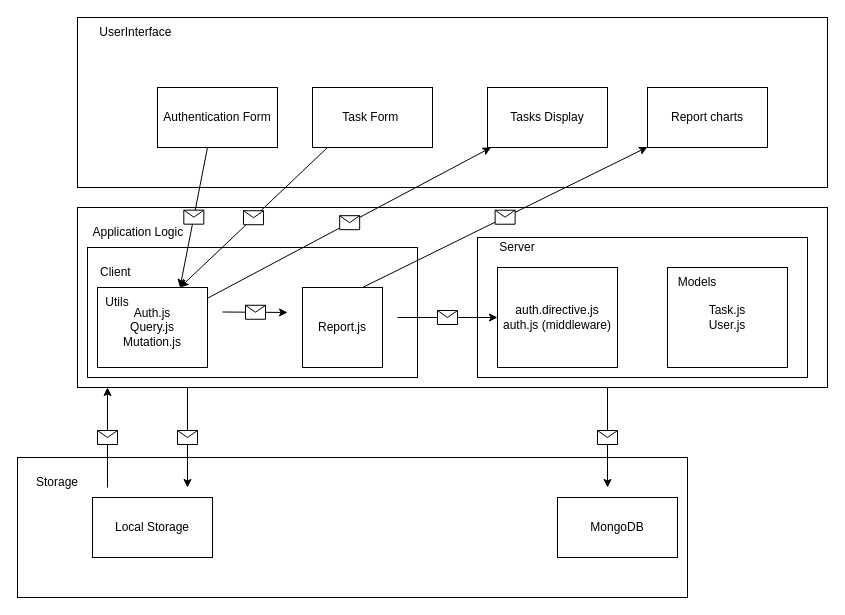
The draw.io diagram images/User Interface/Untitled Diagram.drawio in ViNguyen3747/Voice-Powered-Self-Productivity, before the edit. Source tidied: cells renumbered, new cells numbered last; positions are measured from the earlier drawing's top-left corner, leaving out a move shared by most shapes. Both pictures are drawn from the tidied source at 100%, with x=0, y=0 at pixel (17, 17).
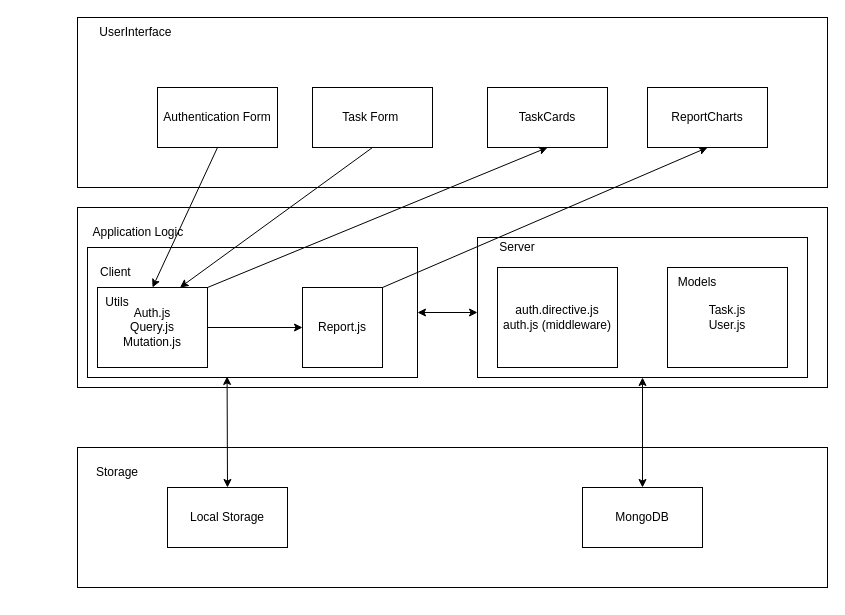
Above is the later version.

Unchanged cells that the change refers to:
```xml
<mxCell id="3" style="rounded=0;whiteSpace=wrap;html=1;fontSize=14;" parent="1" vertex="1">
  <mxGeometry x="70" y="230" width="330" height="130" as="geometry" />
</mxCell>
<mxCell id="6" style="rounded=0;whiteSpace=wrap;html=1;" parent="1" vertex="1">
  <mxGeometry x="460" y="220" width="330" height="140" as="geometry" />
</mxCell>
<mxCell id="7" value="Authentication Form" style="rounded=0;whiteSpace=wrap;html=1;" parent="1" vertex="1">
  <mxGeometry x="140" y="70" width="120" height="60" as="geometry" />
</mxCell>
<mxCell id="9" value="Task Form&amp;nbsp;" style="rounded=0;whiteSpace=wrap;html=1;" parent="1" vertex="1">
  <mxGeometry x="295" y="70" width="120" height="60" as="geometry" />
</mxCell>
<mxCell id="11" value="Auth.js&lt;br&gt;Query.js&lt;br&gt;Mutation.js" style="rounded=0;whiteSpace=wrap;html=1;" parent="1" vertex="1">
  <mxGeometry x="80" y="270" width="110" height="80" as="geometry" />
</mxCell>
<mxCell id="12" value="Report.js" style="whiteSpace=wrap;html=1;" parent="1" vertex="1">
  <mxGeometry x="285" y="270" width="80" height="80" as="geometry" />
</mxCell>
```

Diff of the diagram source:
```diff
@@
     <mxCell id="5" style="rounded=0;whiteSpace=wrap;html=1;" parent="1" vertex="1">
-      <mxGeometry y="440" width="670" height="140" as="geometry" />
+      <mxGeometry x="60" y="430" width="750" height="140" as="geometry" />
     </mxCell>
@@
-    <mxCell id="8" value="Tasks Display" style="rounded=0;whiteSpace=wrap;html=1;" parent="1" vertex="1">
+    <mxCell id="8" value="TaskCards" style="rounded=0;whiteSpace=wrap;html=1;" parent="1" vertex="1">
       <mxGeometry x="470" y="70" width="120" height="60" as="geometry" />
     </mxCell>
@@
-    <mxCell id="10" value="Report charts" style="rounded=0;whiteSpace=wrap;html=1;" parent="1" vertex="1">
+    <mxCell id="10" value="ReportCharts" style="rounded=0;whiteSpace=wrap;html=1;" parent="1" vertex="1">
       <mxGeometry x="630" y="70" width="120" height="60" as="geometry" />
     </mxCell>
@@
     <mxCell id="15" value="Local Storage" style="rounded=0;whiteSpace=wrap;html=1;" parent="1" vertex="1">
-      <mxGeometry x="75" y="480" width="120" height="60" as="geometry" />
+      <mxGeometry x="150" y="470" width="120" height="60" as="geometry" />
     </mxCell>
     <mxCell id="16" value="MongoDB" style="rounded=0;whiteSpace=wrap;html=1;" parent="1" vertex="1">
-      <mxGeometry x="540" y="480" width="120" height="60" as="geometry" />
+      <mxGeometry x="565" y="470" width="120" height="60" as="geometry" />
     </mxCell>
-    <mxCell id="17" style="endArrow=classic;html=1;rounded=0;" parent="1" edge="1">
-      <mxGeometry relative="1" as="geometry">
-        <mxPoint x="90" y="470" as="sourcePoint" />
-        <mxPoint x="90" y="370" as="targetPoint" />
-      </mxGeometry>
-    </mxCell>
-    <mxCell id="18" style="shape=message;html=1;" parent="17" vertex="1">
-      <mxGeometry width="20" height="14" relative="1" as="geometry">
-        <mxPoint x="-10" y="-7" as="offset" />
-      </mxGeometry>
-    </mxCell>
-    <mxCell id="19" style="endArrow=classic;html=1;rounded=0;exitX=0.75;exitY=1;exitDx=0;exitDy=0;" parent="1" edge="1">
-      <mxGeometry relative="1" as="geometry">
-        <mxPoint x="170" y="370" as="sourcePoint" />
-        <mxPoint x="170" y="470" as="targetPoint" />
-      </mxGeometry>
-    </mxCell>
-    <mxCell id="20" style="shape=message;html=1;" parent="19" vertex="1">
-      <mxGeometry width="20" height="14" relative="1" as="geometry">
-        <mxPoint x="-10" y="-7" as="offset" />
-      </mxGeometry>
-    </mxCell>
@@
-    <mxCell id="23" style="endArrow=classic;html=1;rounded=0;" parent="1" edge="1">
-      <mxGeometry relative="1" as="geometry">
-        <mxPoint x="205" y="294.5" as="sourcePoint" />
-        <mxPoint x="270" y="295" as="targetPoint" />
-      </mxGeometry>
-    </mxCell>
-    <mxCell id="24" style="shape=message;html=1;" parent="23" vertex="1">
-      <mxGeometry width="20" height="14" relative="1" as="geometry">
-        <mxPoint x="-10" y="-7" as="offset" />
-      </mxGeometry>
-    </mxCell>
@@
     <mxCell id="28" value="Storage" style="text;html=1;strokeColor=none;fillColor=none;align=center;verticalAlign=middle;whiteSpace=wrap;rounded=0;" parent="1" vertex="1">
-      <mxGeometry x="10" y="450" width="60" height="30" as="geometry" />
+      <mxGeometry x="70" y="440" width="60" height="30" as="geometry" />
     </mxCell>
-    <mxCell id="29" style="endArrow=classic;html=1;rounded=0;exitX=0.75;exitY=1;exitDx=0;exitDy=0;" parent="1" edge="1">
-      <mxGeometry relative="1" as="geometry">
-        <mxPoint x="590" y="370" as="sourcePoint" />
-        <mxPoint x="590" y="470" as="targetPoint" />
-      </mxGeometry>
-    </mxCell>
-    <mxCell id="30" style="shape=message;html=1;" parent="29" vertex="1">
-      <mxGeometry width="20" height="14" relative="1" as="geometry">
-        <mxPoint x="-10" y="-7" as="offset" />
-      </mxGeometry>
-    </mxCell>
@@
-    <mxCell id="32" style="endArrow=classic;html=1;rounded=0;exitX=0.75;exitY=1;exitDx=0;exitDy=0;entryX=0.75;entryY=0;entryDx=0;entryDy=0;" parent="1" edge="1" target="11">
-      <mxGeometry relative="1" as="geometry">
-        <mxPoint x="190" y="130" as="sourcePoint" />
-      </mxGeometry>
-    </mxCell>
-    <mxCell id="33" style="shape=message;html=1;" parent="32" vertex="1">
-      <mxGeometry width="20" height="14" relative="1" as="geometry">
-        <mxPoint x="-10" y="-7" as="offset" />
-      </mxGeometry>
-    </mxCell>
-    <mxCell id="34" style="endArrow=classic;html=1;rounded=0;exitX=0.75;exitY=1;exitDx=0;exitDy=0;entryX=0.75;entryY=0;entryDx=0;entryDy=0;" parent="1" edge="1" target="11">
-      <mxGeometry relative="1" as="geometry">
-        <mxPoint x="310" y="130" as="sourcePoint" />
-      </mxGeometry>
-    </mxCell>
-    <mxCell id="35" style="shape=message;html=1;" parent="34" vertex="1">
-      <mxGeometry width="20" height="14" relative="1" as="geometry">
-        <mxPoint x="-10" y="-7" as="offset" />
-      </mxGeometry>
-    </mxCell>
+    <mxCell id="42" style="endArrow=classic;startArrow=classic;html=1;rounded=0;exitX=1;exitY=0.5;exitDx=0;exitDy=0;" parent="1" edge="1" source="3">
+      <mxGeometry relative="1" as="geometry">
+        <mxPoint x="460" y="295" as="targetPoint" />
+      </mxGeometry>
+    </mxCell>
+    <mxCell id="43" style="endArrow=classic;startArrow=classic;html=1;rounded=0;exitX=0.423;exitY=0.992;exitDx=0;exitDy=0;exitPerimeter=0;entryX=0.5;entryY=0;entryDx=0;entryDy=0;" parent="1" edge="1" source="3" target="15">
+      <mxGeometry relative="1" as="geometry" />
+    </mxCell>
+    <mxCell id="44" style="endArrow=classic;startArrow=classic;html=1;rounded=0;exitX=0.5;exitY=0;exitDx=0;exitDy=0;entryX=0.5;entryY=1;entryDx=0;entryDy=0;" parent="1" edge="1" source="16" target="6">
+      <mxGeometry relative="1" as="geometry" />
+    </mxCell>
+    <mxCell id="45" style="endArrow=classic;html=1;rounded=0;exitX=1;exitY=0.5;exitDx=0;exitDy=0;entryX=0;entryY=0.5;entryDx=0;entryDy=0;" parent="1" edge="1" source="11" target="12">
+      <mxGeometry relative="1" as="geometry" />
+    </mxCell>
+    <mxCell id="38" style="endArrow=classic;html=1;rounded=0;exitX=1;exitY=0;exitDx=0;exitDy=0;entryX=0.5;entryY=1;entryDx=0;entryDy=0;" parent="1" edge="1" source="12" target="10">
+      <mxGeometry relative="1" as="geometry" />
+    </mxCell>
-    <mxCell id="36" style="endArrow=classic;html=1;rounded=0;" parent="1" edge="1" source="11" target="8">
+    <mxCell id="36" style="endArrow=classic;html=1;rounded=0;exitX=1;exitY=0;exitDx=0;exitDy=0;entryX=0.5;entryY=1;entryDx=0;entryDy=0;" parent="1" edge="1" source="11" target="8">
       <mxGeometry relative="1" as="geometry" />
     </mxCell>
-    <mxCell id="37" style="shape=message;html=1;" parent="36" vertex="1">
-      <mxGeometry width="20" height="14" relative="1" as="geometry">
-        <mxPoint x="-10" y="-7" as="offset" />
-      </mxGeometry>
-    </mxCell>
-    <mxCell id="38" style="endArrow=classic;html=1;rounded=0;exitX=0.75;exitY=0;exitDx=0;exitDy=0;" parent="1" edge="1" source="12" target="10">
-      <mxGeometry relative="1" as="geometry" />
-    </mxCell>
-    <mxCell id="39" style="shape=message;html=1;" parent="38" vertex="1">
-      <mxGeometry width="20" height="14" relative="1" as="geometry">
-        <mxPoint x="-10" y="-7" as="offset" />
-      </mxGeometry>
-    </mxCell>
-    <mxCell id="40" style="endArrow=classic;html=1;rounded=0;fontSize=14;" parent="1" edge="1">
-      <mxGeometry relative="1" as="geometry">
-        <mxPoint x="380" y="300" as="sourcePoint" />
-        <mxPoint x="480" y="300" as="targetPoint" />
-      </mxGeometry>
-    </mxCell>
-    <mxCell id="41" style="shape=message;html=1;fontSize=14;" parent="40" vertex="1">
-      <mxGeometry width="20" height="14" relative="1" as="geometry">
-        <mxPoint x="-10" y="-7" as="offset" />
-      </mxGeometry>
-    </mxCell>
+    <mxCell id="46" style="endArrow=classic;html=1;rounded=0;exitX=0.5;exitY=1;exitDx=0;exitDy=0;entryX=0.75;entryY=0;entryDx=0;entryDy=0;" parent="1" edge="1" source="9" target="11">
+      <mxGeometry relative="1" as="geometry" />
+    </mxCell>
+    <mxCell id="47" style="endArrow=classic;html=1;rounded=0;exitX=0.5;exitY=1;exitDx=0;exitDy=0;entryX=0.5;entryY=0;entryDx=0;entryDy=0;" parent="1" edge="1" source="7" target="11">
+      <mxGeometry relative="1" as="geometry" />
+    </mxCell>
```
